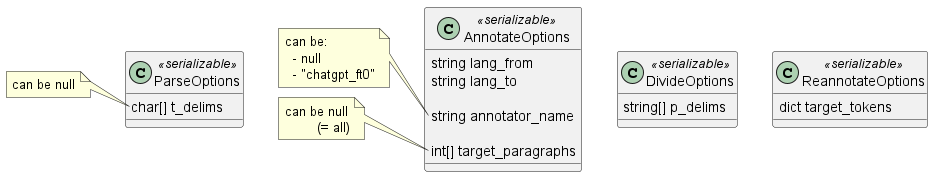
Above: docs/design/images/class_req_options.png in parkchamchi/GlossySnake (PlantUML), before the change.
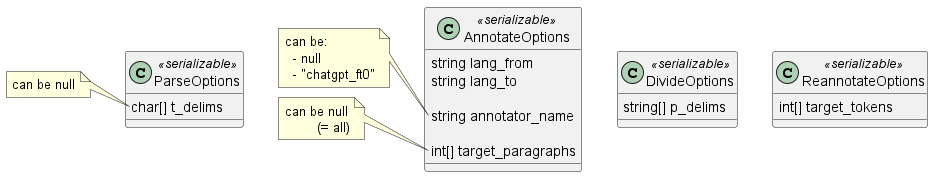
The same diagram one commit later.

What changed in the source:
```diff
@@ -31,6 +31,6 @@
 
 
 class ReannotateOptions <<serializable>> {
-	dict target_tokens
+	int[] target_tokens
 }
 @enduml
```
